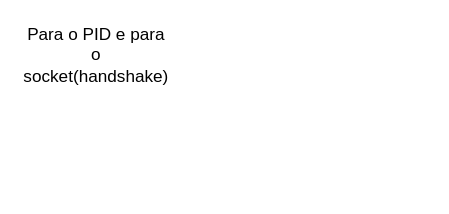
Above: page "Watchdog" (5 of 7) of SRT.drawio in nico-ig/UDP-Video-Streaming (draw.io), before the change. Source tidied: cells renumbered, new cells numbered last; positions are measured from the earlier drawing's top-left corner, leaving out a move shared by most shapes. Both pictures are drawn from the tidied source at 143%, with x=0, y=0 at pixel (53, 33).
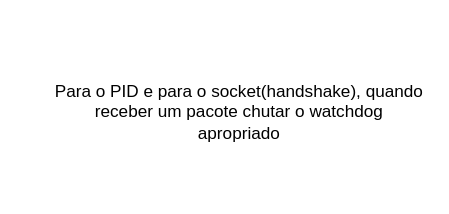
After the change.

What changed in the source:
```diff
@@
 <mxGraphModel>
   <root>
     <mxCell id="0" />
     <mxCell id="1" parent="0" />
-    <mxCell id="2" value="Para o PID e para o socket(handshake)" style="text;html=1;strokeColor=none;fillColor=none;align=center;verticalAlign=middle;whiteSpace=wrap;rounded=0;" parent="1" vertex="1">
-      <mxGeometry width="60" height="30" as="geometry" />
+    <mxCell id="2" value="Para o PID e para o socket(handshake), quando receber um pacote chutar o watchdog apropriado" style="text;html=1;strokeColor=none;fillColor=none;align=center;verticalAlign=middle;whiteSpace=wrap;rounded=0;" parent="1" vertex="1">
+      <mxGeometry width="260" height="110" as="geometry" />
     </mxCell>
   </root>
 </mxGraphModel>
```
